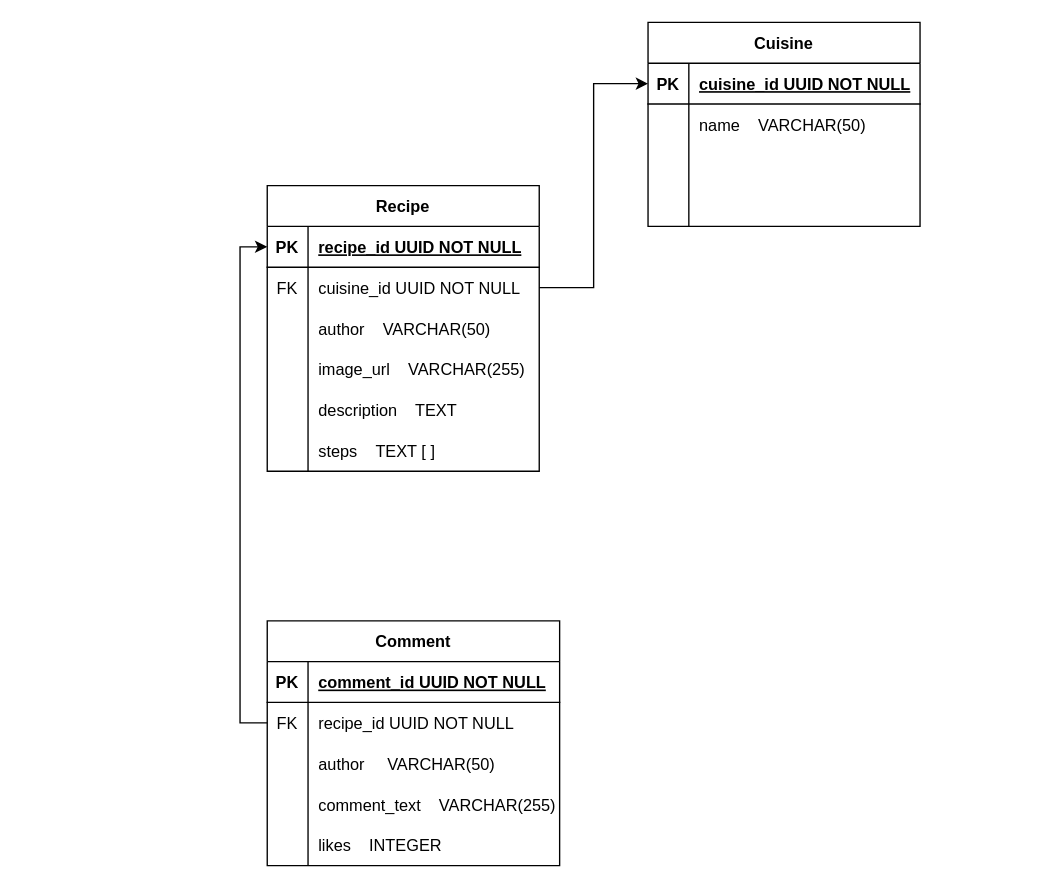
The draw.io diagram mockup/Recipe ERD.drawio in zacharyd97/Recipe_milestone_project, before the edit. Source tidied: cells renumbered, new cells numbered last; positions are measured from the earlier drawing's top-left corner, leaving out a move shared by most shapes. Both pictures are drawn from the tidied source at 136%, with x=0, y=0 at pixel (267, 22).
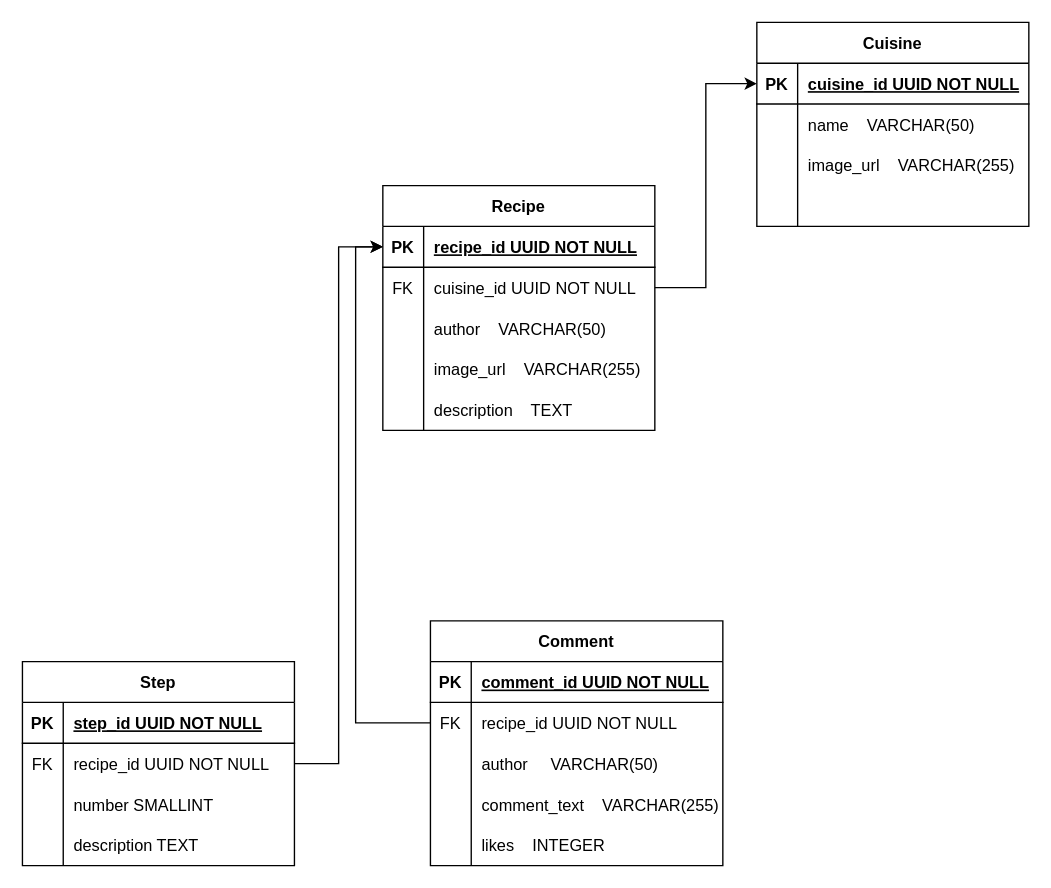
Above is the later version.

Commit message:
updated Recipe ERD

The change refers to these unchanged cells:
```xml
<mxCell id="3" style="shape=tableRow;horizontal=0;startSize=0;swimlaneHead=0;swimlaneBody=0;fillColor=none;points=[[0,0.5],[1,0.5]];portConstraint=eastwest;top=0;left=0;right=0;bottom=1;" parent="2" vertex="1">
  <mxGeometry y="30" width="200" height="30" as="geometry" />
</mxCell>
<mxCell id="28" style="shape=tableRow;horizontal=0;startSize=0;swimlaneHead=0;swimlaneBody=0;fillColor=none;top=0;left=0;right=0;bottom=0;" parent="21" vertex="1">
  <mxGeometry y="90" width="200" height="30" as="geometry" />
</mxCell>
```

What changed in the source:
```diff
@@
     <mxCell id="2" value="Recipe" style="shape=table;startSize=30;childLayout=tableLayout;rowLines=0;fontStyle=1;align=center;" parent="1" vertex="1">
-      <mxGeometry y="120" width="200" height="210" as="geometry" />
+      <mxGeometry x="85" y="120" width="200" height="180" as="geometry" />
     </mxCell>
@@
-    <mxCell id="18" style="shape=tableRow;horizontal=0;startSize=0;swimlaneHead=0;swimlaneBody=0;fillColor=none;top=0;left=0;right=0;bottom=0;" parent="2" vertex="1">
-      <mxGeometry y="180" width="200" height="30" as="geometry" />
-    </mxCell>
-    <mxCell id="19" style="shape=partialRectangle;fillColor=none;top=0;left=0;bottom=0;right=0;overflow=hidden;" parent="18" vertex="1">
-      <mxGeometry width="30" height="30" as="geometry" />
-    </mxCell>
-    <mxCell id="20" value="steps    TEXT [ ]" style="shape=partialRectangle;fillColor=none;top=0;left=0;bottom=0;right=0;align=left;spacingLeft=6;overflow=hidden;" parent="18" vertex="1">
-      <mxGeometry x="30" width="170" height="30" as="geometry" />
-    </mxCell>
     <mxCell id="21" value="Cuisine" style="shape=table;startSize=30;childLayout=tableLayout;rowLines=0;fontStyle=1;align=center;" parent="1" vertex="1">
-      <mxGeometry x="280" width="200" height="150" as="geometry" />
+      <mxGeometry x="360" width="200" height="150" as="geometry" />
     </mxCell>
@@
-    <mxCell id="30" style="shape=partialRectangle;fillColor=none;top=0;left=0;bottom=0;right=0;align=left;spacingLeft=6;overflow=hidden;" parent="28" vertex="1">
+    <mxCell id="30" value="image_url    VARCHAR(255)" style="shape=partialRectangle;fillColor=none;top=0;left=0;bottom=0;right=0;align=left;spacingLeft=6;overflow=hidden;" parent="28" vertex="1">
       <mxGeometry x="30" width="170" height="30" as="geometry" />
     </mxCell>
@@
     <mxCell id="35" value="Comment" style="shape=table;startSize=30;childLayout=tableLayout;rowLines=0;fontStyle=1;align=center;" parent="1" vertex="1">
-      <mxGeometry y="440" width="215" height="180" as="geometry" />
+      <mxGeometry x="120" y="440" width="215" height="180" as="geometry" />
     </mxCell>
@@
+    <mxCell id="52" value="Step" style="shape=table;startSize=30;childLayout=tableLayout;rowLines=0;fontStyle=1;align=center;" parent="1" vertex="1">
+      <mxGeometry x="-180" y="470" width="200" height="150" as="geometry" />
+    </mxCell>
+    <mxCell id="53" style="shape=tableRow;horizontal=0;startSize=0;swimlaneHead=0;swimlaneBody=0;fillColor=none;top=0;left=0;right=0;bottom=1;" parent="52" vertex="1">
+      <mxGeometry y="30" width="200" height="30" as="geometry" />
+    </mxCell>
+    <mxCell id="54" value="PK" style="shape=partialRectangle;fillColor=none;top=0;left=0;bottom=0;right=0;fontStyle=1;overflow=hidden;" parent="53" vertex="1">
+      <mxGeometry width="30" height="30" as="geometry" />
+    </mxCell>
+    <mxCell id="55" value="step_id UUID NOT NULL" style="shape=partialRectangle;fillColor=none;top=0;left=0;bottom=0;right=0;align=left;spacingLeft=6;fontStyle=5;overflow=hidden;" parent="53" vertex="1">
+      <mxGeometry x="30" width="170" height="30" as="geometry" />
+    </mxCell>
+    <mxCell id="56" style="shape=tableRow;horizontal=0;startSize=0;swimlaneHead=0;swimlaneBody=0;fillColor=none;points=[[0,0.5],[1,0.5]];portConstraint=eastwest;top=0;left=0;right=0;bottom=0;" parent="52" vertex="1">
+      <mxGeometry y="60" width="200" height="30" as="geometry" />
+    </mxCell>
+    <mxCell id="57" value="FK" style="shape=partialRectangle;fillColor=none;top=0;left=0;bottom=0;right=0;overflow=hidden;" parent="56" vertex="1">
+      <mxGeometry width="30" height="30" as="geometry" />
+    </mxCell>
+    <mxCell id="58" value="recipe_id UUID NOT NULL" style="shape=partialRectangle;fillColor=none;top=0;left=0;bottom=0;right=0;align=left;spacingLeft=6;overflow=hidden;" parent="56" vertex="1">
+      <mxGeometry x="30" width="170" height="30" as="geometry" />
+    </mxCell>
+    <mxCell id="59" style="shape=tableRow;horizontal=0;startSize=0;swimlaneHead=0;swimlaneBody=0;fillColor=none;top=0;left=0;right=0;bottom=0;" parent="52" vertex="1">
+      <mxGeometry y="90" width="200" height="30" as="geometry" />
+    </mxCell>
+    <mxCell id="60" style="shape=partialRectangle;fillColor=none;top=0;left=0;bottom=0;right=0;overflow=hidden;" parent="59" vertex="1">
+      <mxGeometry width="30" height="30" as="geometry" />
+    </mxCell>
+    <mxCell id="61" value="number SMALLINT" style="shape=partialRectangle;fillColor=none;top=0;left=0;bottom=0;right=0;align=left;spacingLeft=6;overflow=hidden;" parent="59" vertex="1">
+      <mxGeometry x="30" width="170" height="30" as="geometry" />
+    </mxCell>
+    <mxCell id="62" style="shape=tableRow;horizontal=0;startSize=0;swimlaneHead=0;swimlaneBody=0;fillColor=none;top=0;left=0;right=0;bottom=0;" parent="52" vertex="1">
+      <mxGeometry y="120" width="200" height="30" as="geometry" />
+    </mxCell>
+    <mxCell id="63" style="shape=partialRectangle;fillColor=none;top=0;left=0;bottom=0;right=0;overflow=hidden;" parent="62" vertex="1">
+      <mxGeometry width="30" height="30" as="geometry" />
+    </mxCell>
+    <mxCell id="64" value="description TEXT" style="shape=partialRectangle;fillColor=none;top=0;left=0;bottom=0;right=0;align=left;spacingLeft=6;overflow=hidden;" parent="62" vertex="1">
+      <mxGeometry x="30" width="170" height="30" as="geometry" />
+    </mxCell>
+    <mxCell id="65" style="edgeStyle=orthogonalEdgeStyle;rounded=0;jettySize=auto;html=1;exitX=1;exitY=0.5;exitDx=0;exitDy=0;entryX=0;entryY=0.5;entryDx=0;entryDy=0;" parent="1" edge="1" source="56" target="3">
+      <mxGeometry relative="1" as="geometry" />
+    </mxCell>
```
